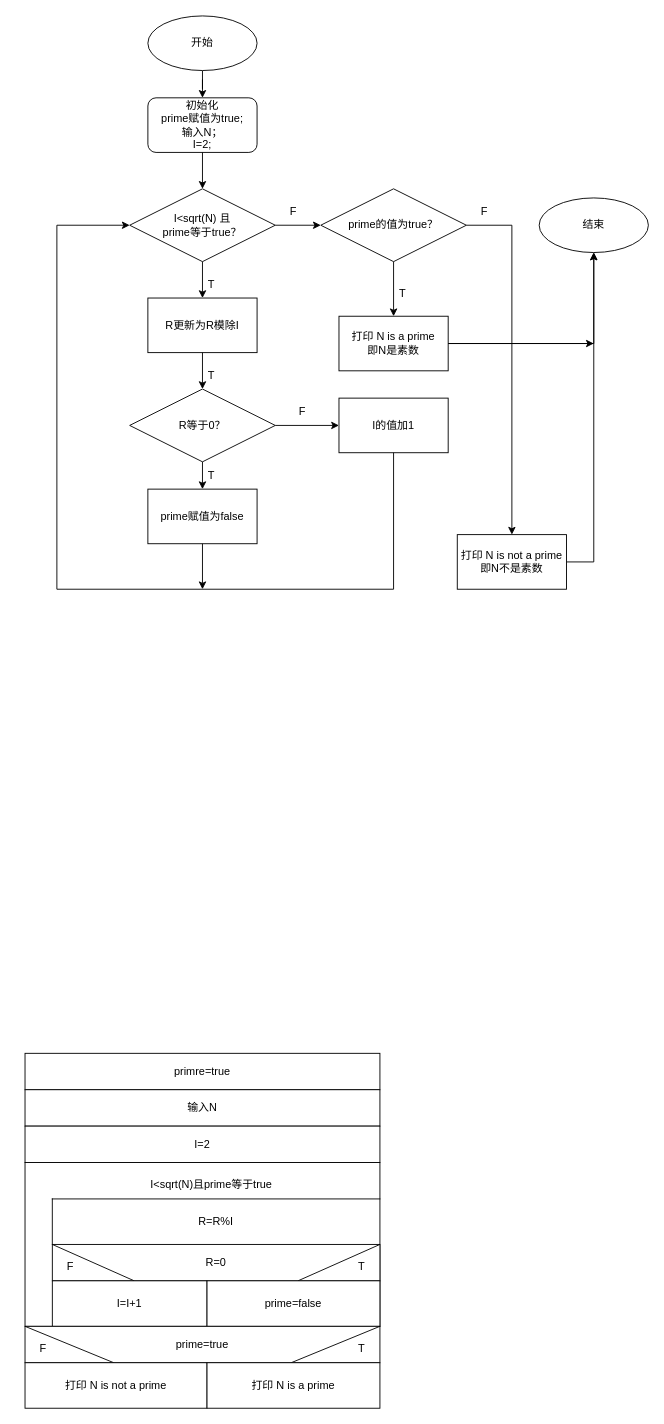
The draw.io diagram 03.drawio in BarnabyAlexandraBaron/magmaRelease, before the edit. Source tidied: cells renumbered, new cells numbered last; positions are measured from the earlier drawing's top-left corner, leaving out a move shared by most shapes. Both pictures are drawn from the tidied source at 91%, with x=0, y=0 at pixel (15, 15).
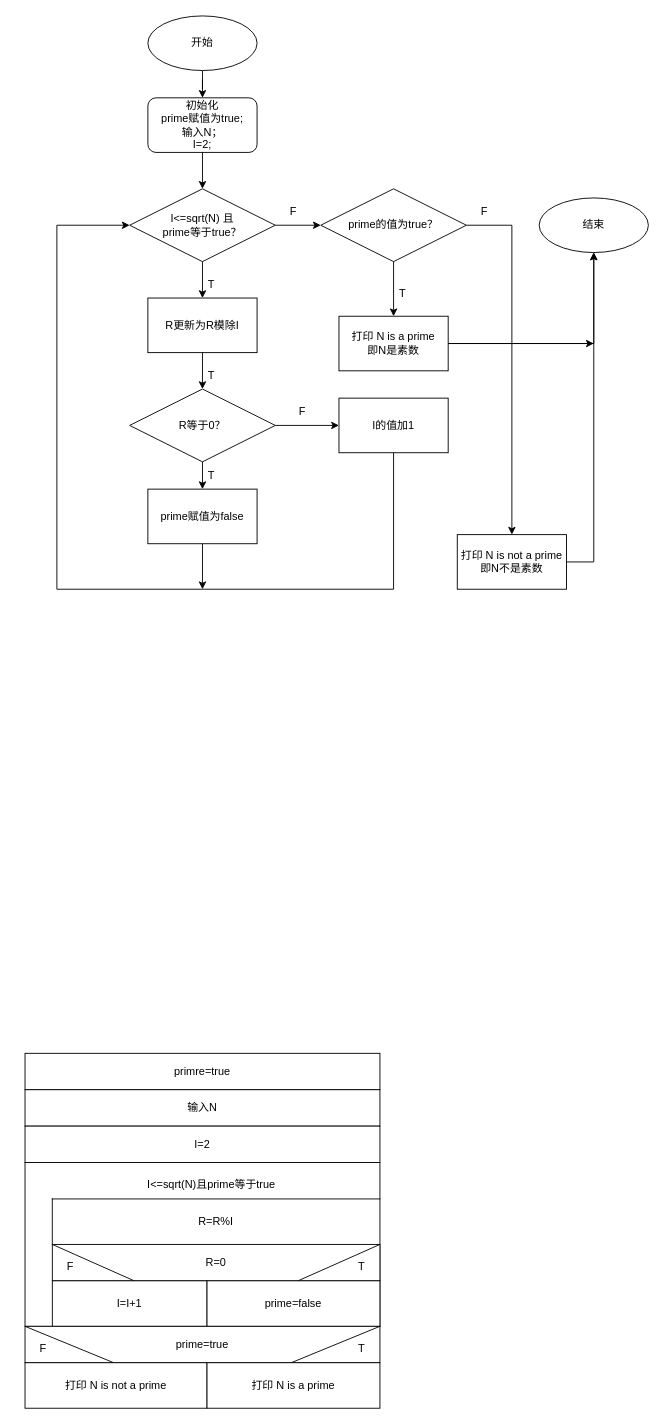
After the change.

Change to the diagram source:
```diff
@@
-    <mxCell id="3" value="I&amp;lt;sqrt(N) 且 &lt;br&gt;prime等于true？" style="rhombus;whiteSpace=wrap;html=1;" parent="1" vertex="1">
+    <mxCell id="3" value="I&amp;lt;=sqrt(N) 且 &lt;br&gt;prime等于true？" style="rhombus;whiteSpace=wrap;html=1;" parent="1" vertex="1">
       <mxGeometry x="125" y="190" width="160" height="80" as="geometry" />
     </mxCell>
@@
-    <mxCell id="35" value="I&amp;lt;sqrt(N)且prime等于true" style="text;html=1;strokeColor=none;fillColor=none;align=center;verticalAlign=middle;whiteSpace=wrap;rounded=0;" parent="1" vertex="1">
+    <mxCell id="35" value="I&amp;lt;=sqrt(N)且prime等于true" style="text;html=1;strokeColor=none;fillColor=none;align=center;verticalAlign=middle;whiteSpace=wrap;rounded=0;" parent="1" vertex="1">
       <mxGeometry x="130" y="1270" width="170" height="30" as="geometry" />
     </mxCell>
```
